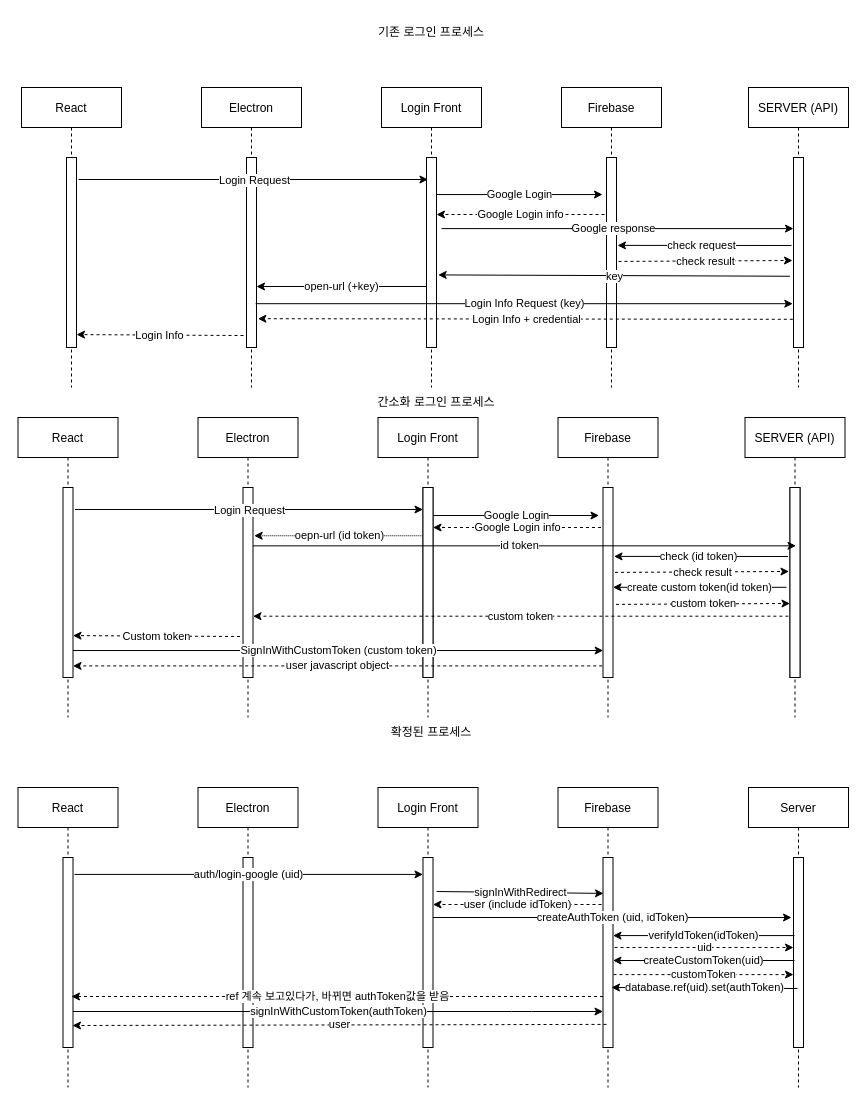
Earlier version of the draw.io diagram PMS-login-process/Untitled Diagram.drawio (dev-hikun/save-draw-io). Source tidied: cells renumbered, new cells numbered last; positions are measured from the earlier drawing's top-left corner, leaving out a move shared by most shapes. Both pictures are drawn from the tidied source at 100%, with x=0, y=0 at pixel (17, 17).
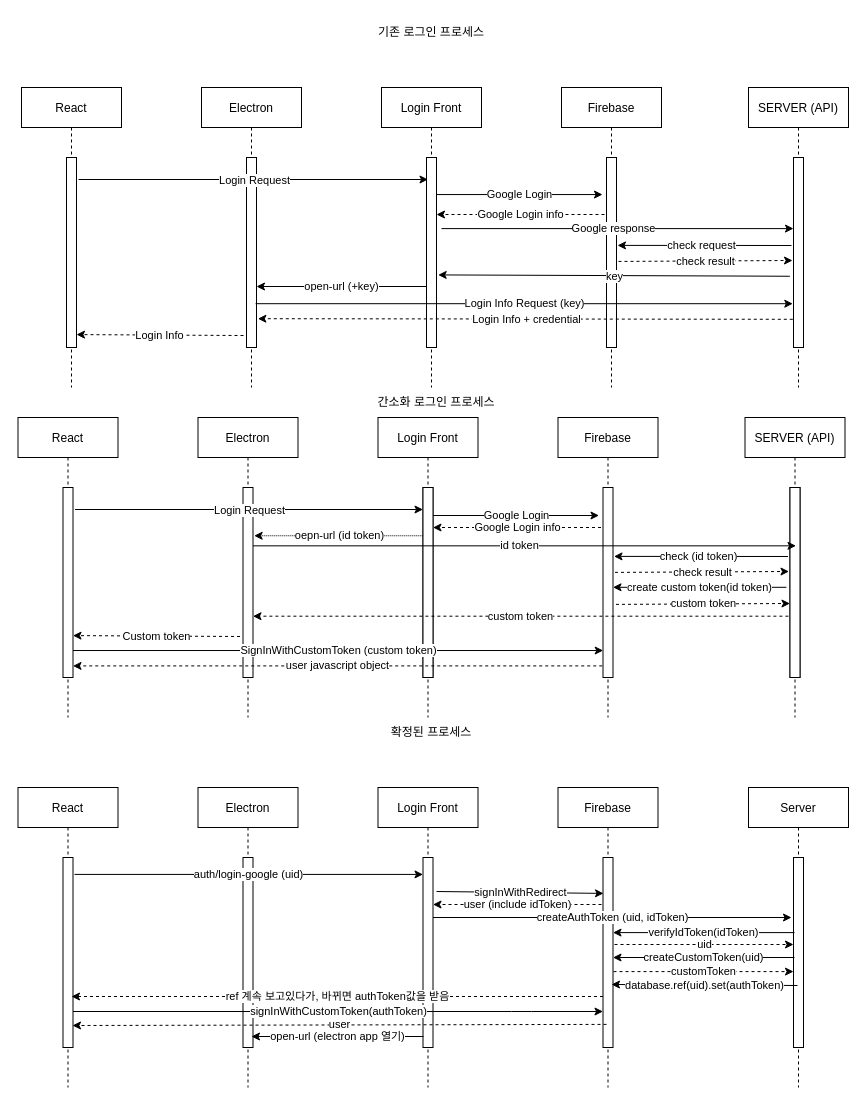
The same page after the edit.

Commit message:
electron open 추가

Unchanged cells that the change refers to:
```xml
<mxCell id="68" style="points=[];perimeter=orthogonalPerimeter;rounded=0;shadow=0;strokeWidth=1;" parent="67" vertex="1">
  <mxGeometry x="45" y="70" width="10" height="190" as="geometry" />
</mxCell>
<mxCell id="69" value="Server" style="shape=umlLifeline;perimeter=lifelinePerimeter;rounded=0;shadow=0;strokeWidth=1;" parent="1" vertex="1">
  <mxGeometry x="731" y="770" width="100" height="300" as="geometry" />
</mxCell>
<mxCell id="70" style="points=[];perimeter=orthogonalPerimeter;rounded=0;shadow=0;strokeWidth=1;" parent="69" vertex="1">
  <mxGeometry x="45" y="70" width="10" height="190" as="geometry" />
</mxCell>
```

Diff of the diagram source:
```diff
@@
-    <mxCell id="75" value="verifyIdToken(idToken)" style="endArrow=classic;html=1;exitX=0.1;exitY=0.411;exitDx=0;exitDy=0;exitPerimeter=0;" parent="1" edge="1" source="70" target="68">
-      <mxGeometry relative="1" as="geometry" />
+    <mxCell id="75" value="verifyIdToken(idToken)" style="endArrow=classic;html=1;exitX=0.1;exitY=0.411;exitDx=0;exitDy=0;exitPerimeter=0;" parent="1" edge="1">
+      <mxGeometry relative="1" as="geometry">
+        <mxPoint x="777" y="915.1" as="sourcePoint" />
+        <mxPoint x="595.5" y="915.1" as="targetPoint" />
+      </mxGeometry>
     </mxCell>
     <mxCell id="76" value="uid" style="endArrow=classic;html=1;exitX=1.15;exitY=0.463;exitDx=0;exitDy=0;exitPerimeter=0;dashed=1;" parent="1" edge="1">
       <mxGeometry relative="1" as="geometry">
-        <mxPoint x="597" y="930" as="sourcePoint" />
-        <mxPoint x="776" y="930" as="targetPoint" />
+        <mxPoint x="597" y="927" as="sourcePoint" />
+        <mxPoint x="776" y="927" as="targetPoint" />
       </mxGeometry>
     </mxCell>
     <mxCell id="77" value="createCustomToken(uid)" style="endArrow=classic;html=1;exitX=0.1;exitY=0.563;exitDx=0;exitDy=0;exitPerimeter=0;" parent="1" edge="1">
       <mxGeometry relative="1" as="geometry">
-        <mxPoint x="777" y="943" as="sourcePoint" />
-        <mxPoint x="595.5" y="943" as="targetPoint" />
+        <mxPoint x="777" y="940" as="sourcePoint" />
+        <mxPoint x="595.5" y="940" as="targetPoint" />
       </mxGeometry>
     </mxCell>
     <mxCell id="78" value="customToken" style="endArrow=classic;html=1;exitX=1.05;exitY=0.653;exitDx=0;exitDy=0;exitPerimeter=0;dashed=1;" parent="1" edge="1">
       <mxGeometry relative="1" as="geometry">
-        <mxPoint x="596" y="957.1" as="sourcePoint" />
-        <mxPoint x="776" y="957.1" as="targetPoint" />
+        <mxPoint x="596" y="954.1" as="sourcePoint" />
+        <mxPoint x="776" y="954.1" as="targetPoint" />
       </mxGeometry>
     </mxCell>
-    <mxCell id="79" value="database.ref(uid).set(authToken)" style="endArrow=classic;html=1;exitX=0.49;exitY=0.67;exitDx=0;exitDy=0;exitPerimeter=0;entryX=0.85;entryY=0.684;entryDx=0;entryDy=0;entryPerimeter=0;" parent="1" edge="1" source="69" target="68">
-      <mxGeometry relative="1" as="geometry" />
+    <mxCell id="79" value="database.ref(uid).set(authToken)" style="endArrow=classic;html=1;exitX=0.49;exitY=0.67;exitDx=0;exitDy=0;exitPerimeter=0;entryX=0.85;entryY=0.684;entryDx=0;entryDy=0;entryPerimeter=0;" parent="1" edge="1">
+      <mxGeometry relative="1" as="geometry">
+        <mxPoint x="780" y="968" as="sourcePoint" />
+        <mxPoint x="594" y="967" as="targetPoint" />
+      </mxGeometry>
     </mxCell>
@@
+    <mxCell id="83" value="open-url (electron app 열기)" style="endArrow=classic;html=1;exitX=0.05;exitY=0.537;exitDx=0;exitDy=0;exitPerimeter=0;entryX=0.85;entryY=0.537;entryDx=0;entryDy=0;entryPerimeter=0;" parent="1" edge="1">
+      <mxGeometry relative="1" as="geometry">
+        <mxPoint x="406" y="1019" as="sourcePoint" />
+        <mxPoint x="234" y="1019" as="targetPoint" />
+      </mxGeometry>
+    </mxCell>
```
